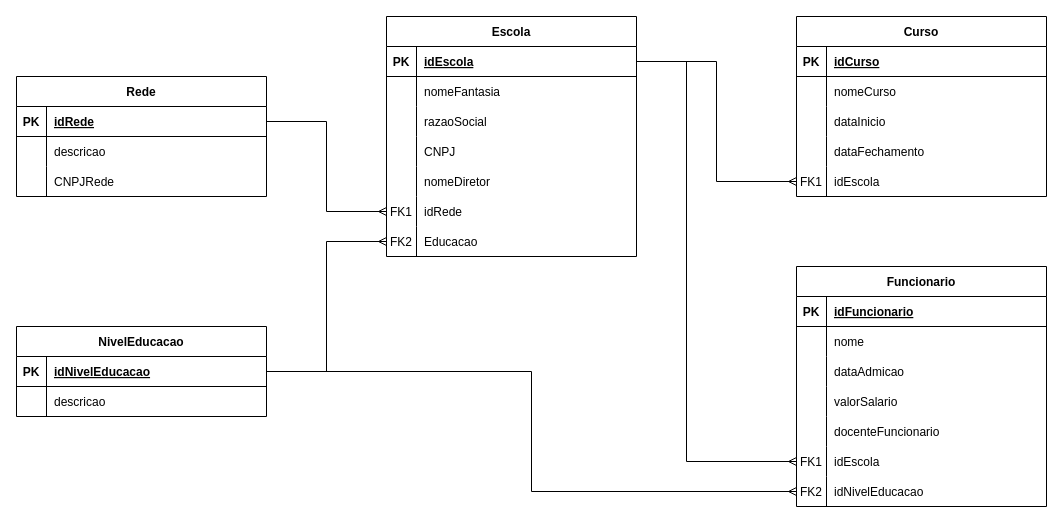
This is EducationNetwork.drawio from JonazOliveira/SQL-DIAGRAMS-ER, a draw.io file, before an edit. Source tidied: cells renumbered, new cells numbered last; positions are measured from the earlier drawing's top-left corner, leaving out a move shared by most shapes. Both pictures are drawn from the tidied source at 100%, with x=0, y=0 at pixel (16, 16).
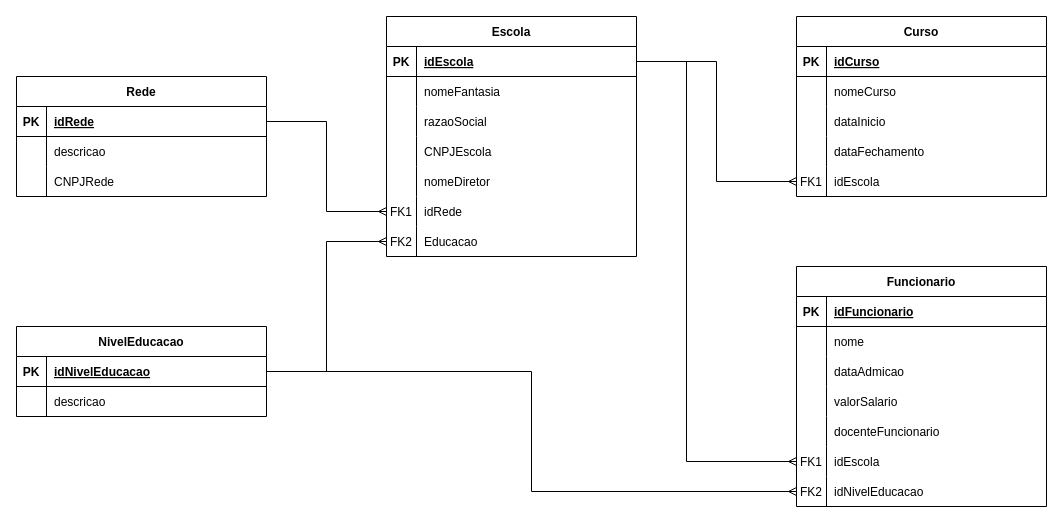
Above is the later version.

Unchanged cells that the change refers to:
```xml
<mxCell id="28" style="shape=partialRectangle;fillColor=none;top=0;left=0;right=0;bottom=0;" parent="18" vertex="1">
  <mxGeometry y="120" width="250" height="30" as="geometry" />
</mxCell>
```

Change to the diagram source:
```diff
@@
-    <mxCell id="30" value="CNPJ" style="shape=partialRectangle;overflow=hidden;fillColor=none;top=0;left=0;bottom=0;right=0;align=left;spacingLeft=6;" parent="28" vertex="1">
+    <mxCell id="30" value="CNPJEscola" style="shape=partialRectangle;overflow=hidden;fillColor=none;top=0;left=0;bottom=0;right=0;align=left;spacingLeft=6;" parent="28" vertex="1">
       <mxGeometry x="30" width="220" height="30" as="geometry" />
     </mxCell>
```
